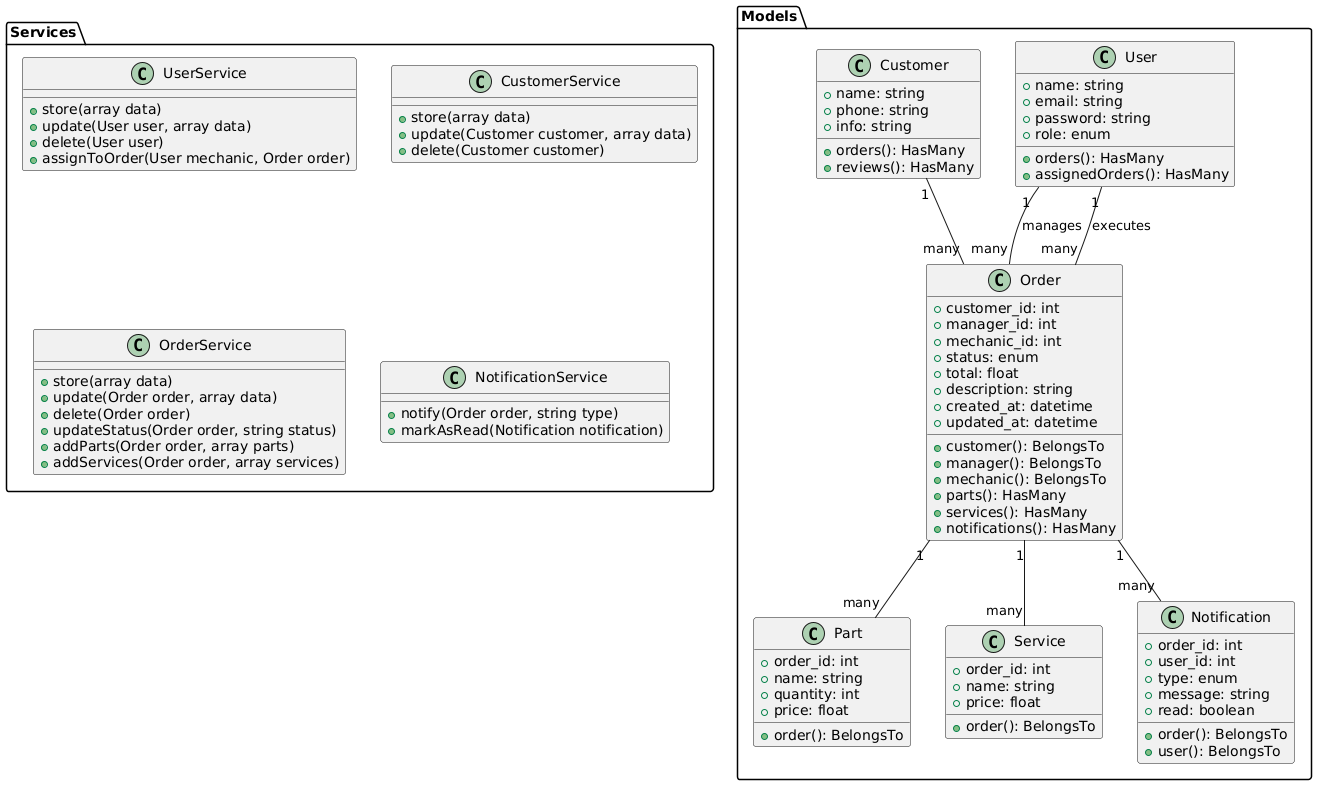
Above: docs/imgs/class.png in 9xxdpxx6/HandyFix (PlantUML), before the change.
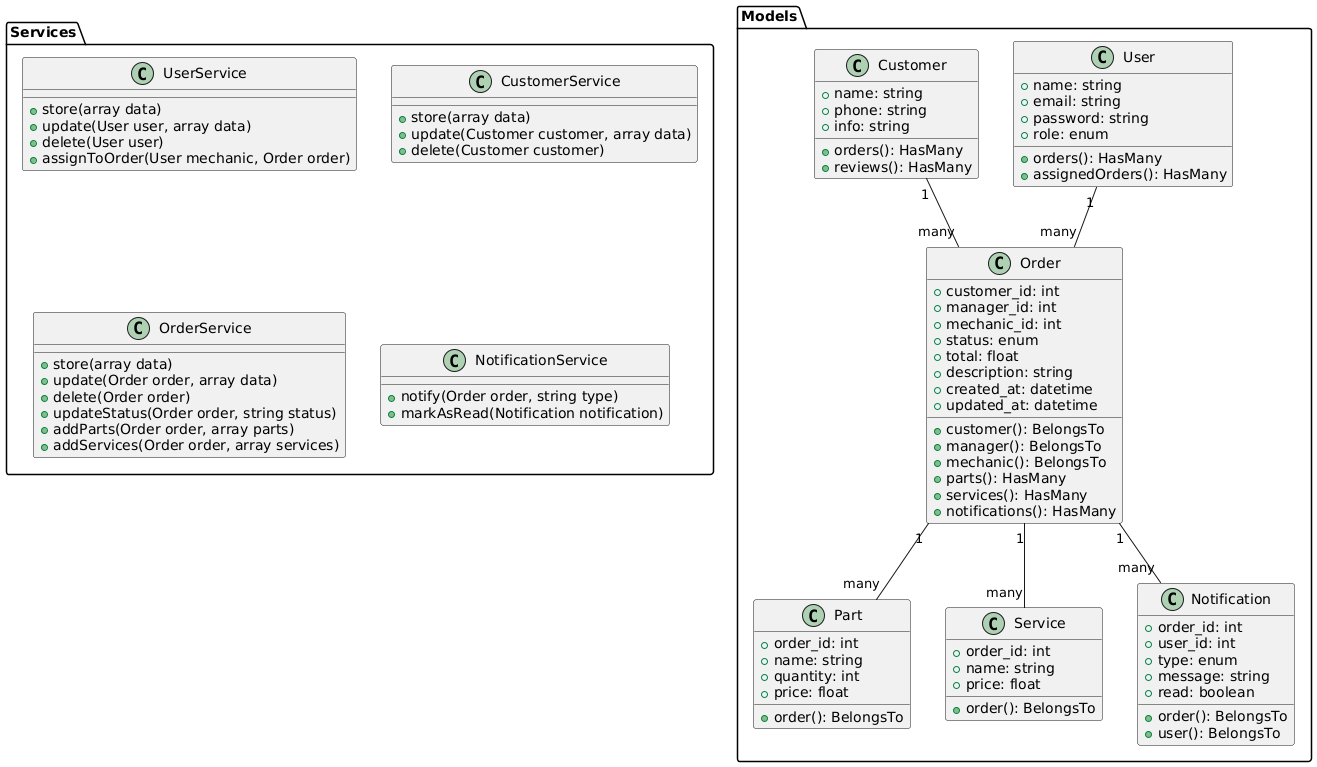
Above is the later version.

What changed in the source:
```diff
@@ -90,8 +90,7 @@
 }
 
 Customer "1" -- "many" Order
-User "1" -- "many" Order : manages
-User "1" -- "many" Order : executes
+User "1" -- "many" Order
 Order "1" -- "many" Part
 Order "1" -- "many" Service
 Order "1" -- "many" Notification
```
